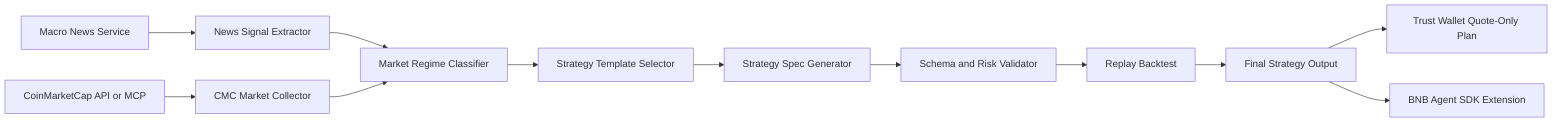
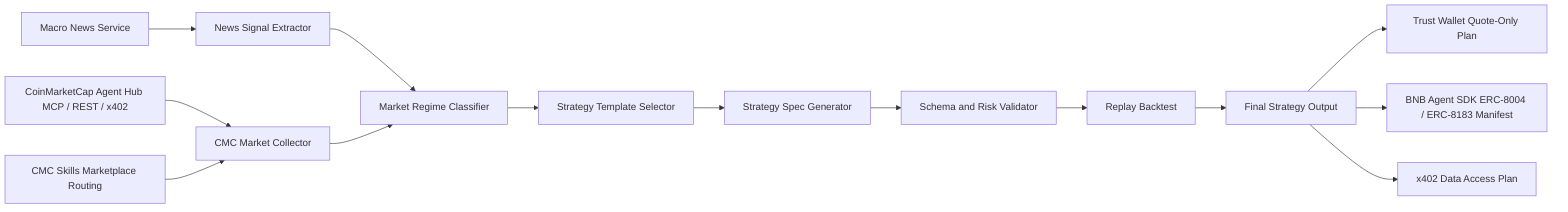
flowchart LR
    A["Macro News Service"] --> B["News Signal Extractor"]
-     C["CoinMarketCap API or MCP"] --> D["CMC Market Collector"]
+     C["CoinMarketCap Agent Hub MCP / REST / x402"] --> D["CMC Market Collector"]
+     M["CMC Skills Marketplace Routing"] --> D
    B --> E["Market Regime Classifier"]
    D --> E
    E --> F["Strategy Template Selector"]
    F --> G["Strategy Spec Generator"]
    G --> H["Schema and Risk Validator"]
    H --> I["Replay Backtest"]
    I --> J["Final Strategy Output"]
    J --> K["Trust Wallet Quote-Only Plan"]
-     J --> L["BNB Agent SDK Extension"]
+     J --> L["BNB Agent SDK ERC-8004 / ERC-8183 Manifest"]
+     J --> N["x402 Data Access Plan"]
